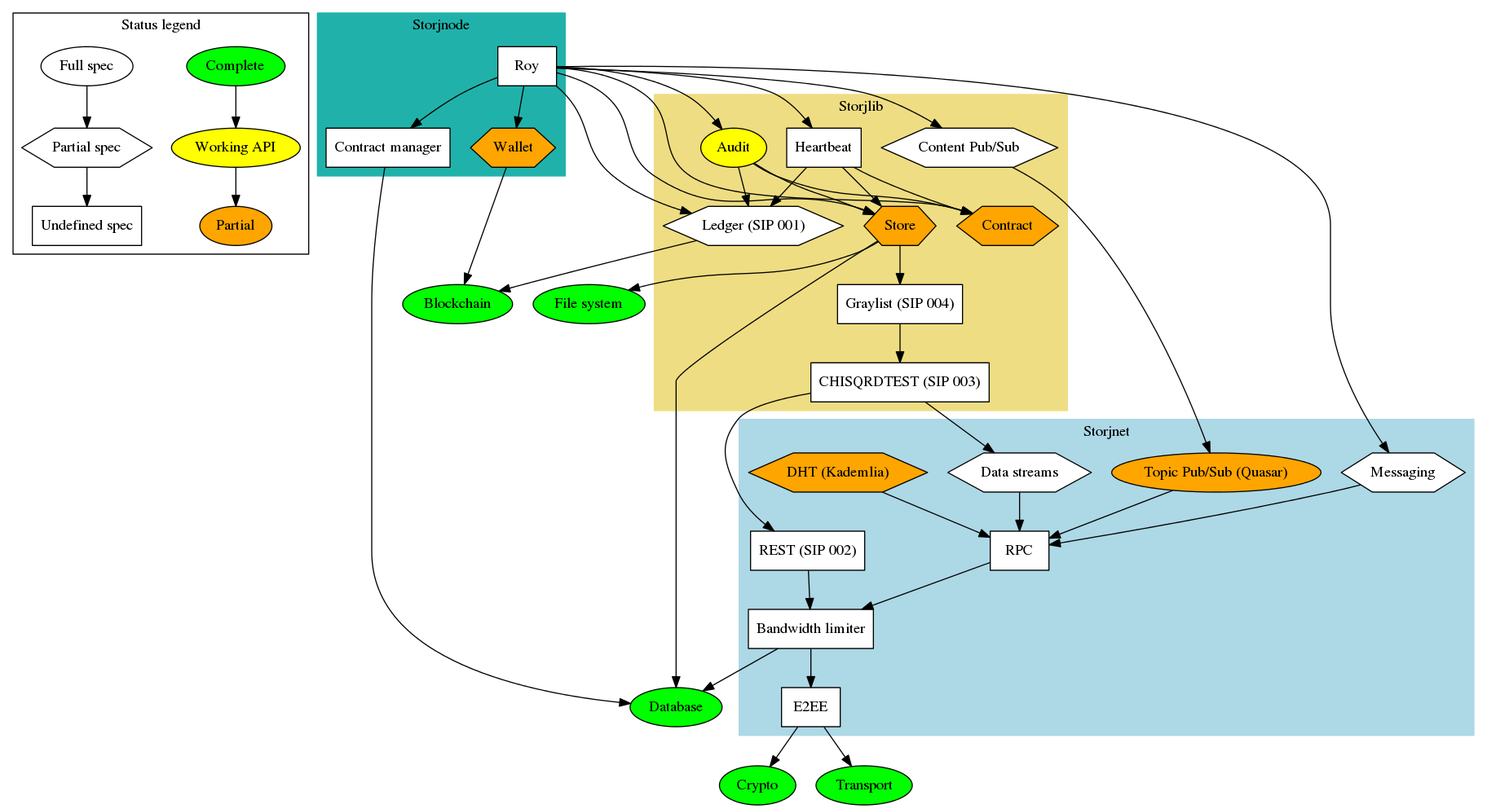
Before: status.png, a diagram exported from Graphviz (StorjOld/storjspec). Its source is kept beside it as status.dot.
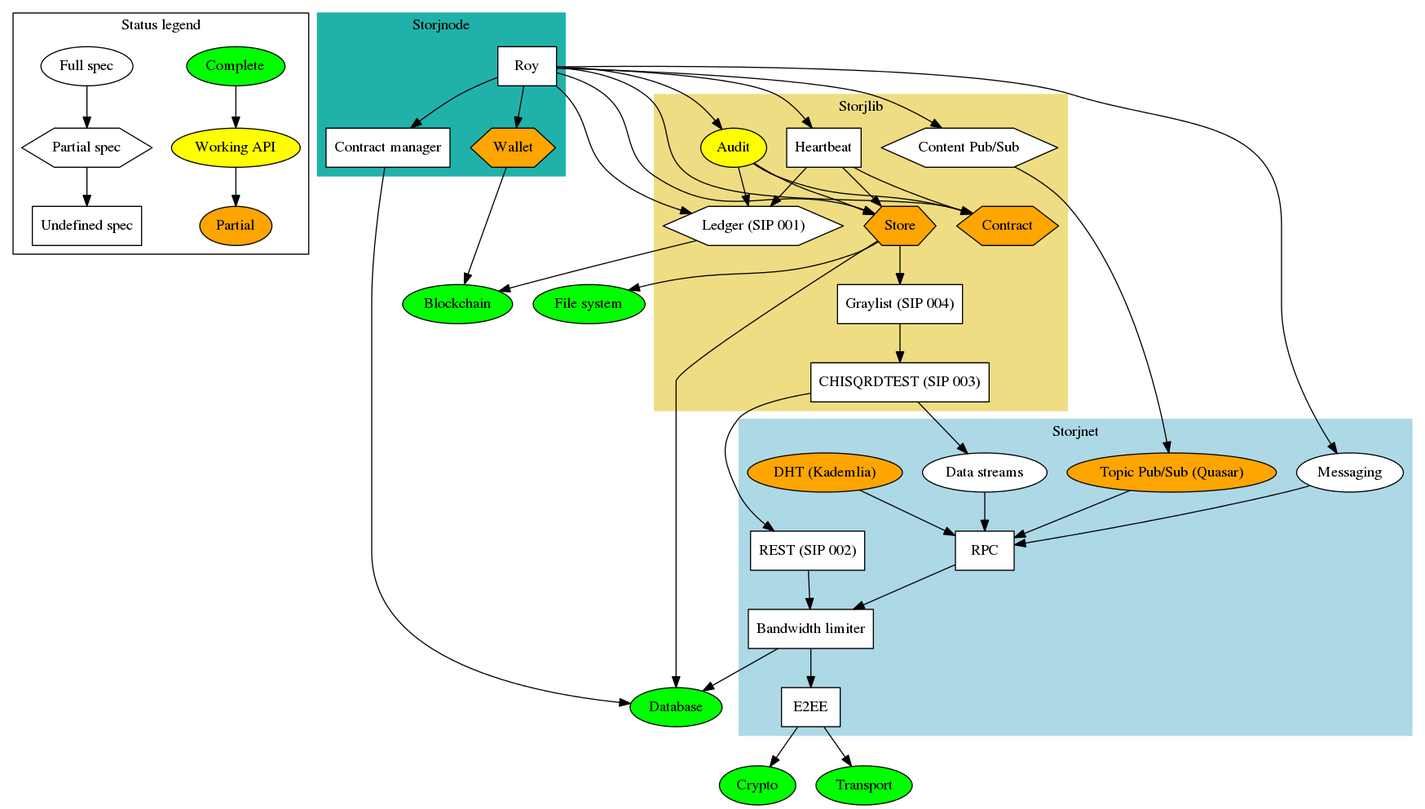
Later version of the same file.

Diff of the diagram source:
```diff
@@ -23,10 +23,10 @@
         style=filled;
         color=lightblue;
 
-        "DHT (Kademlia)" [fillcolor=orange, shape=hexagon];
+        "DHT (Kademlia)" [fillcolor=orange, shape=ellipse];
         "Topic Pub/Sub (Quasar)" [fillcolor=orange, shape=ellipse]; // enable publishing and subscribing to events
-        "Data streams" [shape=hexagon]; // full duplex data transfer
-        "Messaging" [shape=hexagon]; // to shortcut the pubsub after peer found
+        "Data streams" [shape=ellipse]; // full duplex data transfer
+        "Messaging" [shape=ellipse]; // to shortcut the pubsub after peer found
         "RPC"; // rpc calls and data transfer between clients
         "E2EE"; // End-to-end encryption
         "Bandwidth limiter";
```
